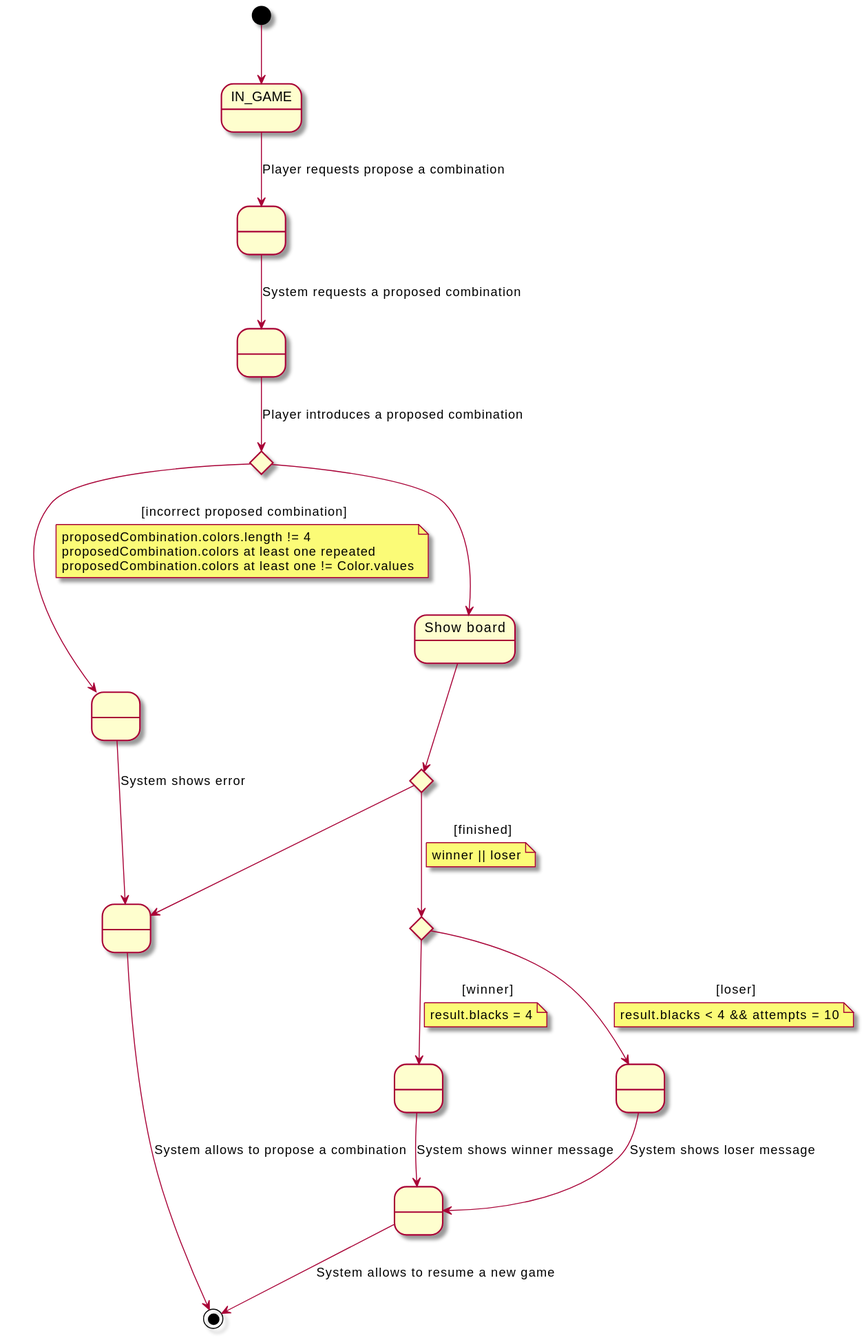
EscuelaIt/requirements keeps this PlantUML diagram as 3.UndoRedo/docs/diagrams/out/mastermind_usecases/propose_combination_usecase.svg. Above is the earlier version. Its diagram source:
```plantuml
@startuml
state IN_GAME
state requested as " "
state allowed as " "
state error as " "
state ShowBoard as "Show board"
state winner as " "
state looser as " "
state finished as " "
state last as " "
state is_correct <<choice>>
state is_finished <<choice>>
state is_winner <<choice>>

[*] --> IN_GAME
IN_GAME --> requested: Player requests propose a combination
requested --> allowed: System requests a proposed combination
allowed --> is_correct: Player introduces a proposed combination
is_correct --> ShowBoard
is_correct --> error: [incorrect proposed combination]
note on link
  proposedCombination.colors.length != 4
  proposedCombination.colors at least one repeated
  proposedCombination.colors at least one != Color.values
end note
error --> last: System shows error
ShowBoard --> is_finished
is_finished --> is_winner: [finished]
note on link
  winner || loser
end note
is_winner --> winner: [winner]
note on link
  result.blacks = 4
end note
is_winner --> looser: [loser]
note on link
  result.blacks < 4 && attempts = 10
end note
is_finished --> last
winner --> finished: System shows winner message
looser --> finished: System shows loser message
last --> [*]: System allows to propose a combination
finished --> [*]: System allows to resume a new game
@enduml
```
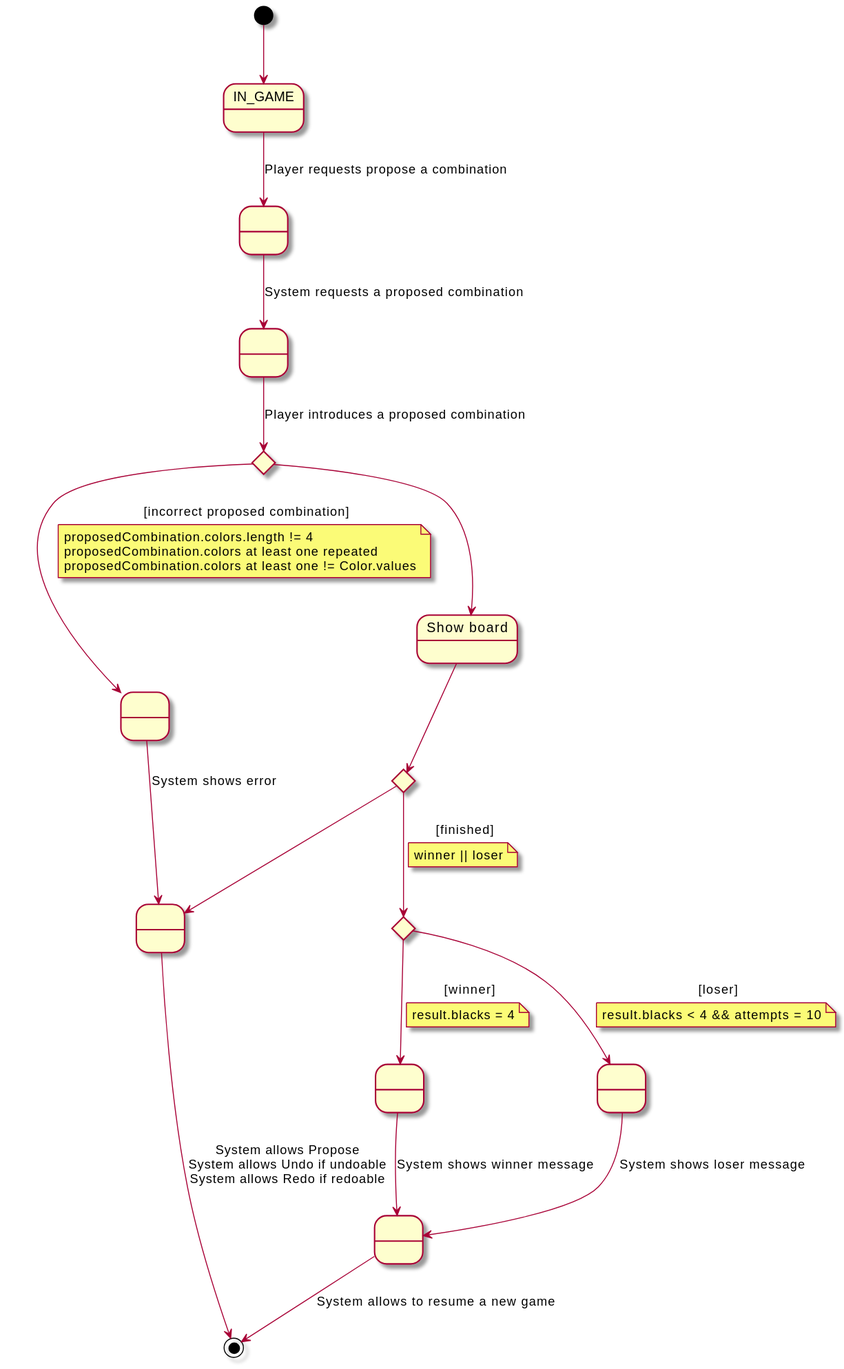
Above is the later version.

The edit, as a diff of the source:
```diff
@@ -40,6 +40,6 @@
 is_finished --> last
 winner --> finished: System shows winner message
 looser --> finished: System shows loser message
-last --> [*]: System allows to propose a combination
+last --> [*]: System allows Propose\nSystem allows Undo if undoable\nSystem allows Redo if redoable
 finished --> [*]: System allows to resume a new game
 @enduml
```
